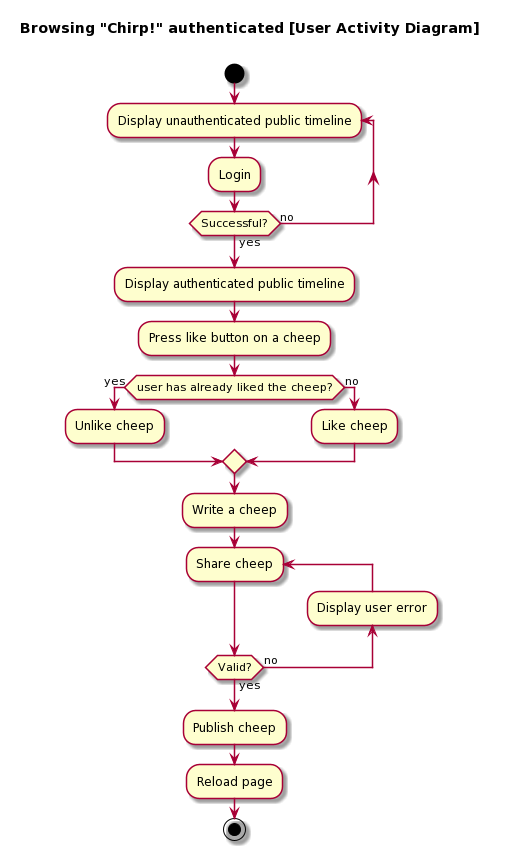
Earlier version of the PlantUML export docs/images/user-activity-diagrams/authenticated-user-activity-diagram.png (ITU-BDSA-GROUP5/Chirp).
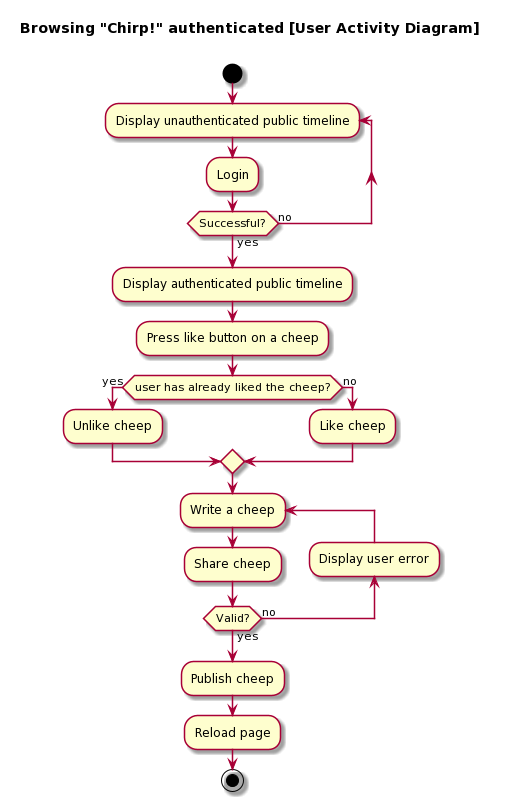
The same diagram one commit later.

Commit message:
Corrections to diagrams and report in general

Diff of the diagram source:
```diff
@@ -22,9 +22,8 @@
   :Like cheep;
 endif
 
-:Write a cheep;
-
-repeat :Share cheep;
+repeat :Write a cheep;
+  :Share cheep;
   Backward:Display user error;
 repeat while (Valid?) is (no) not (yes)
 
```
